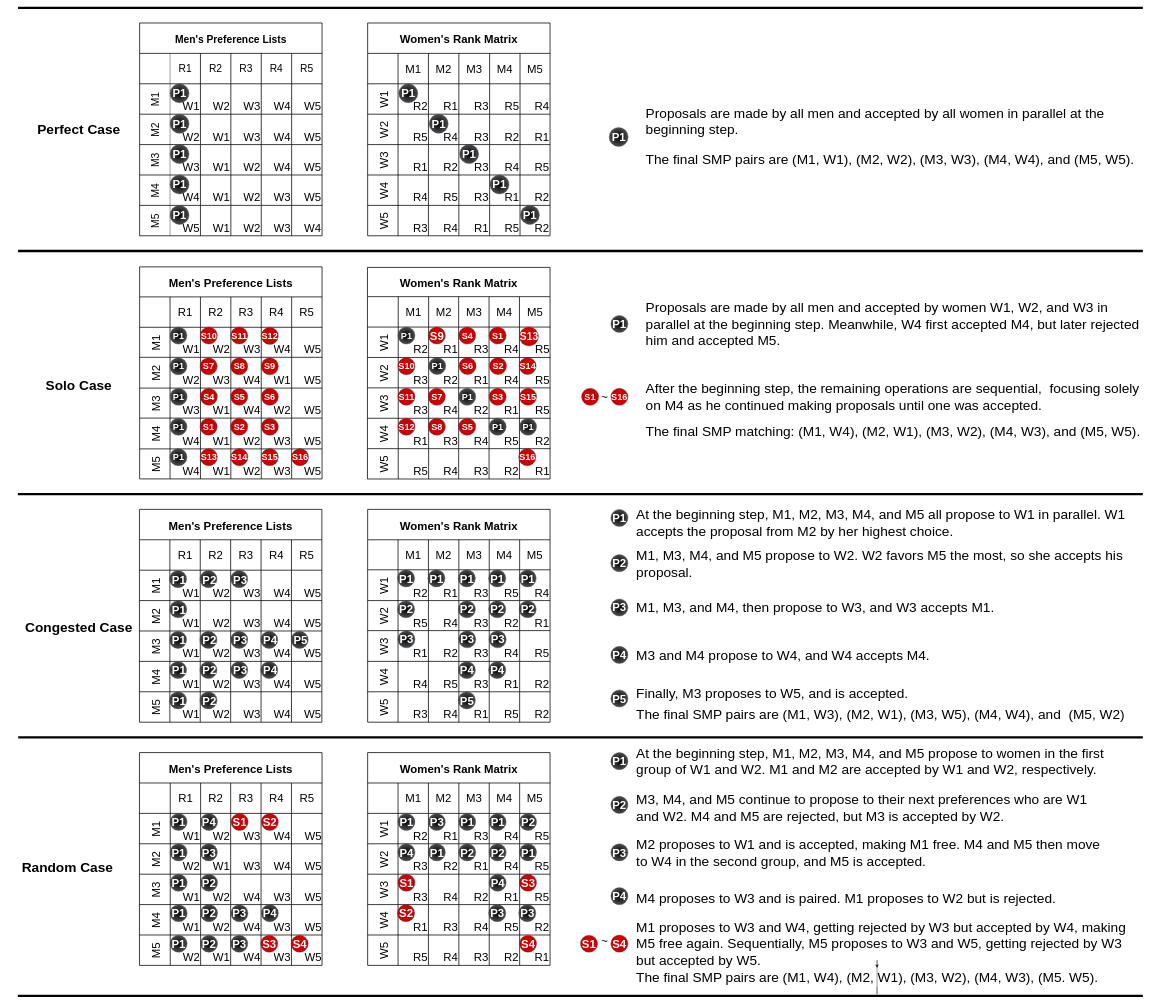
This is SMPWorkloads.drawio from victorliu-sq/BambooSMP-Figures, a draw.io file, before an edit. Source tidied: cells renumbered, new cells numbered last; positions are measured from the earlier drawing's top-left corner, leaving out a move shared by most shapes. Both pictures are drawn from the tidied source at 38%, with x=0, y=0 at pixel (6, 8).
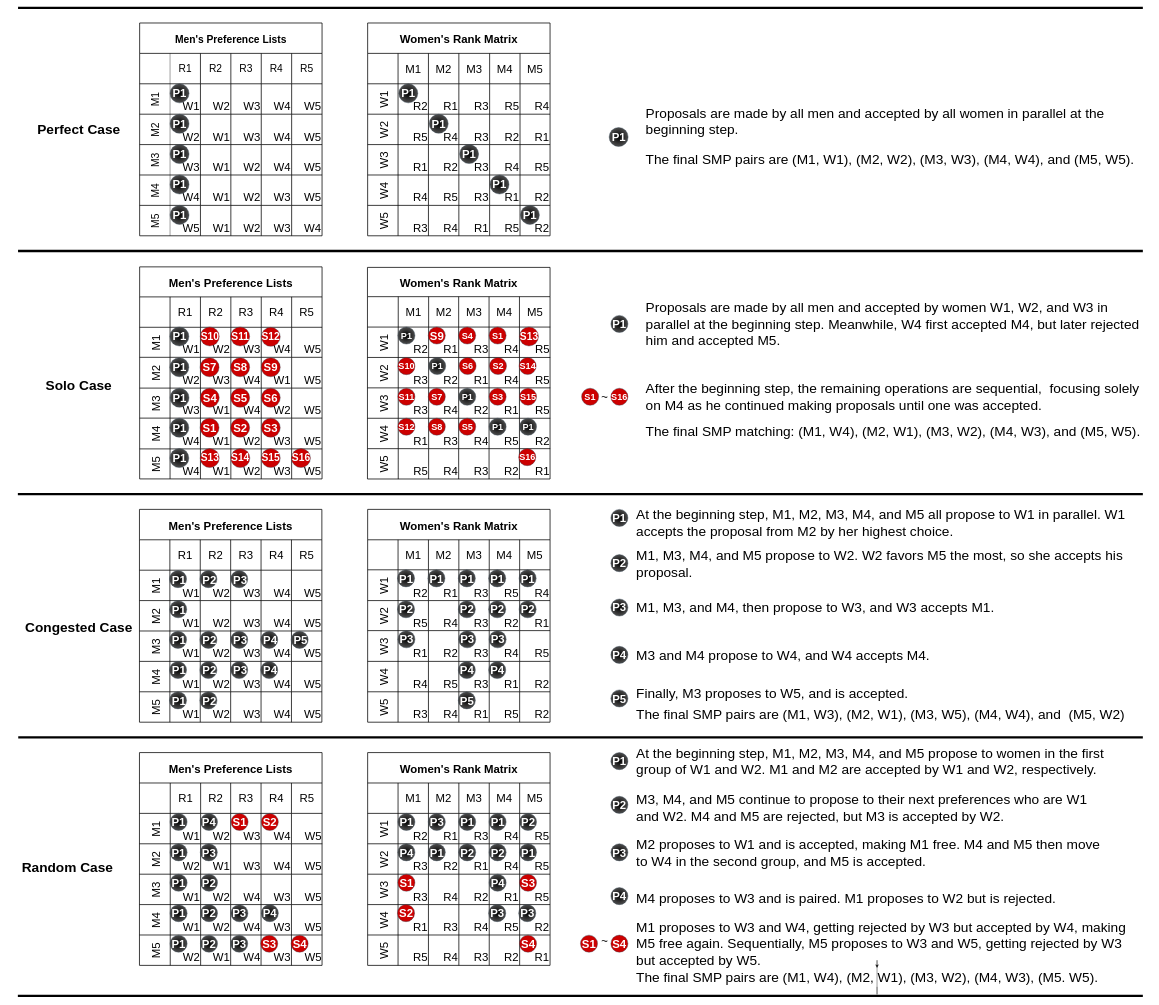
The same page after the edit.

What changed in the source:
```diff
@@
-    <mxCell id="133" value="P1" style="ellipse;whiteSpace=wrap;html=1;strokeColor=#314354;align=center;verticalAlign=middle;fontFamily=Helvetica;fontSize=24;fillColor=#000000;fontColor=#ffffff;fontStyle=1;gradientColor=#4D4D4D;gradientDirection=radial;" parent="1" vertex="1">
-      <mxGeometry x="429.5" y="840" width="45" height="45" as="geometry" />
+    <mxCell id="133" value="P1" style="ellipse;whiteSpace=wrap;html=1;strokeColor=#314354;align=center;verticalAlign=middle;fontFamily=Helvetica;fontSize=30;fillColor=#000000;fontColor=#ffffff;fontStyle=1;gradientColor=#4D4D4D;gradientDirection=radial;" parent="1" vertex="1">
+      <mxGeometry x="429.5" y="840" width="50" height="50" as="geometry" />
     </mxCell>
-    <mxCell id="134" value="P1" style="ellipse;whiteSpace=wrap;html=1;strokeColor=#314354;align=center;verticalAlign=middle;fontFamily=Helvetica;fontSize=24;fillColor=#000000;fontColor=#ffffff;fontStyle=1;gradientColor=#4D4D4D;gradientDirection=radial;" parent="1" vertex="1">
-      <mxGeometry x="429.5" y="921" width="45" height="45" as="geometry" />
+    <mxCell id="134" value="P1" style="ellipse;whiteSpace=wrap;html=1;strokeColor=#314354;align=center;verticalAlign=middle;fontFamily=Helvetica;fontSize=30;fillColor=#000000;fontColor=#ffffff;fontStyle=1;gradientColor=#4D4D4D;gradientDirection=radial;" parent="1" vertex="1">
+      <mxGeometry x="429.5" y="921" width="50" height="50" as="geometry" />
     </mxCell>
-    <mxCell id="135" value="P1" style="ellipse;whiteSpace=wrap;html=1;strokeColor=#314354;align=center;verticalAlign=middle;fontFamily=Helvetica;fontSize=24;fillColor=#000000;fontColor=#ffffff;fontStyle=1;gradientColor=#4D4D4D;gradientDirection=radial;" parent="1" vertex="1">
-      <mxGeometry x="430" y="1001.2" width="45" height="45" as="geometry" />
+    <mxCell id="135" value="P1" style="ellipse;whiteSpace=wrap;html=1;strokeColor=#314354;align=center;verticalAlign=middle;fontFamily=Helvetica;fontSize=30;fillColor=#000000;fontColor=#ffffff;fontStyle=1;gradientColor=#4D4D4D;gradientDirection=radial;" parent="1" vertex="1">
+      <mxGeometry x="430" y="1001.2" width="50" height="50" as="geometry" />
     </mxCell>
-    <mxCell id="136" value="P1" style="ellipse;whiteSpace=wrap;html=1;strokeColor=#314354;align=center;verticalAlign=middle;fontFamily=Helvetica;fontSize=24;fillColor=#000000;fontColor=#ffffff;fontStyle=1;gradientColor=#4D4D4D;gradientDirection=radial;" parent="1" vertex="1">
-      <mxGeometry x="429.5" y="1080" width="45" height="45" as="geometry" />
+    <mxCell id="136" value="P1" style="ellipse;whiteSpace=wrap;html=1;strokeColor=#314354;align=center;verticalAlign=middle;fontFamily=Helvetica;fontSize=30;fillColor=#000000;fontColor=#ffffff;fontStyle=1;gradientColor=#4D4D4D;gradientDirection=radial;" parent="1" vertex="1">
+      <mxGeometry x="429.5" y="1080" width="50" height="50" as="geometry" />
     </mxCell>
-    <mxCell id="137" value="P1" style="ellipse;whiteSpace=wrap;html=1;strokeColor=#314354;align=center;verticalAlign=middle;fontFamily=Helvetica;fontSize=24;fillColor=#000000;fontColor=#ffffff;fontStyle=1;gradientColor=#4D4D4D;gradientDirection=radial;" parent="1" vertex="1">
-      <mxGeometry x="429.5" y="1160" width="45" height="45" as="geometry" />
+    <mxCell id="137" value="P1" style="ellipse;whiteSpace=wrap;html=1;strokeColor=#314354;align=center;verticalAlign=middle;fontFamily=Helvetica;fontSize=30;fillColor=#000000;fontColor=#ffffff;fontStyle=1;gradientColor=#4D4D4D;gradientDirection=radial;" parent="1" vertex="1">
+      <mxGeometry x="429.5" y="1160" width="50" height="50" as="geometry" />
     </mxCell>
-    <mxCell id="138" value="S10" style="ellipse;whiteSpace=wrap;html=1;strokeColor=#314354;align=center;verticalAlign=middle;fontFamily=Helvetica;fontSize=24;fillColor=#CC0000;fontColor=#ffffff;fontStyle=1;" parent="1" vertex="1">
-      <mxGeometry x="509.5" y="840" width="45" height="45" as="geometry" />
+    <mxCell id="138" value="S10" style="ellipse;whiteSpace=wrap;html=1;strokeColor=#314354;align=center;verticalAlign=middle;fontFamily=Helvetica;fontSize=27;fillColor=#CC0000;fontColor=#ffffff;fontStyle=1;" parent="1" vertex="1">
+      <mxGeometry x="509.5" y="840" width="50" height="50" as="geometry" />
     </mxCell>
-    <mxCell id="139" value="S11" style="ellipse;whiteSpace=wrap;html=1;strokeColor=#314354;align=center;verticalAlign=middle;fontFamily=Helvetica;fontSize=24;fillColor=#CC0000;fontColor=#ffffff;fontStyle=1;" parent="1" vertex="1">
-      <mxGeometry x="589.5" y="840" width="45" height="45" as="geometry" />
+    <mxCell id="139" value="S11" style="ellipse;whiteSpace=wrap;html=1;strokeColor=#314354;align=center;verticalAlign=middle;fontFamily=Helvetica;fontSize=27;fillColor=#CC0000;fontColor=#ffffff;fontStyle=1;" parent="1" vertex="1">
+      <mxGeometry x="589.5" y="840" width="50" height="50" as="geometry" />
     </mxCell>
-    <mxCell id="140" value="S12" style="ellipse;whiteSpace=wrap;html=1;strokeColor=#314354;align=center;verticalAlign=middle;fontFamily=Helvetica;fontSize=24;fillColor=#CC0000;fontColor=#ffffff;gradientColor=none;fillStyle=solid;strokeWidth=1;fontStyle=1;gradientDirection=radial;" parent="1" vertex="1">
-      <mxGeometry x="670" y="841" width="45" height="45" as="geometry" />
+    <mxCell id="140" value="S12" style="ellipse;whiteSpace=wrap;html=1;strokeColor=#314354;align=center;verticalAlign=middle;fontFamily=Helvetica;fontSize=27;fillColor=#CC0000;fontColor=#ffffff;gradientColor=none;fillStyle=solid;strokeWidth=1;fontStyle=1;gradientDirection=radial;" parent="1" vertex="1">
+      <mxGeometry x="670" y="841" width="50" height="50" as="geometry" />
     </mxCell>
-    <mxCell id="141" value="S7" style="ellipse;whiteSpace=wrap;html=1;strokeColor=#314354;align=center;verticalAlign=middle;fontFamily=Helvetica;fontSize=24;fillColor=#CC0000;fontColor=#ffffff;fontStyle=1;" parent="1" vertex="1">
-      <mxGeometry x="509" y="921" width="45" height="45" as="geometry" />
+    <mxCell id="141" value="S7" style="ellipse;whiteSpace=wrap;html=1;strokeColor=#314354;align=center;verticalAlign=middle;fontFamily=Helvetica;fontSize=30;fillColor=#CC0000;fontColor=#ffffff;fontStyle=1;" parent="1" vertex="1">
+      <mxGeometry x="509" y="921" width="50" height="50" as="geometry" />
     </mxCell>
-    <mxCell id="142" value="S8" style="ellipse;whiteSpace=wrap;html=1;strokeColor=#314354;align=center;verticalAlign=middle;fontFamily=Helvetica;fontSize=24;fillColor=#CC0000;fontColor=#ffffff;fontStyle=1;" parent="1" vertex="1">
-      <mxGeometry x="589.5" y="921" width="45" height="45" as="geometry" />
+    <mxCell id="142" value="S8" style="ellipse;whiteSpace=wrap;html=1;strokeColor=#314354;align=center;verticalAlign=middle;fontFamily=Helvetica;fontSize=30;fillColor=#CC0000;fontColor=#ffffff;fontStyle=1;" parent="1" vertex="1">
+      <mxGeometry x="589.5" y="921" width="50" height="50" as="geometry" />
     </mxCell>
-    <mxCell id="143" value="S9" style="ellipse;whiteSpace=wrap;html=1;strokeColor=#314354;align=center;verticalAlign=middle;fontFamily=Helvetica;fontSize=24;fillColor=#CC0000;fontColor=#ffffff;gradientColor=none;fillStyle=solid;strokeWidth=1;fontStyle=1;gradientDirection=radial;" parent="1" vertex="1">
-      <mxGeometry x="670" y="921" width="45" height="45" as="geometry" />
+    <mxCell id="143" value="S9" style="ellipse;whiteSpace=wrap;html=1;strokeColor=#314354;align=center;verticalAlign=middle;fontFamily=Helvetica;fontSize=30;fillColor=#CC0000;fontColor=#ffffff;gradientColor=none;fillStyle=solid;strokeWidth=1;fontStyle=1;gradientDirection=radial;" parent="1" vertex="1">
+      <mxGeometry x="670" y="921" width="50" height="50" as="geometry" />
     </mxCell>
-    <mxCell id="144" value="S4" style="ellipse;whiteSpace=wrap;html=1;strokeColor=#314354;align=center;verticalAlign=middle;fontFamily=Helvetica;fontSize=24;fillColor=#CC0000;fontColor=#ffffff;fontStyle=1;" parent="1" vertex="1">
-      <mxGeometry x="509.5" y="1001.2" width="45" height="45" as="geometry" />
+    <mxCell id="144" value="S4" style="ellipse;whiteSpace=wrap;html=1;strokeColor=#314354;align=center;verticalAlign=middle;fontFamily=Helvetica;fontSize=30;fillColor=#CC0000;fontColor=#ffffff;fontStyle=1;" parent="1" vertex="1">
+      <mxGeometry x="509.5" y="1001.2" width="50" height="50" as="geometry" />
     </mxCell>
-    <mxCell id="145" value="S5" style="ellipse;whiteSpace=wrap;html=1;strokeColor=#314354;align=center;verticalAlign=middle;fontFamily=Helvetica;fontSize=24;fillColor=#CC0000;fontColor=#ffffff;fontStyle=1;" parent="1" vertex="1">
-      <mxGeometry x="589.5" y="1001.2" width="45" height="45" as="geometry" />
+    <mxCell id="145" value="S5" style="ellipse;whiteSpace=wrap;html=1;strokeColor=#314354;align=center;verticalAlign=middle;fontFamily=Helvetica;fontSize=30;fillColor=#CC0000;fontColor=#ffffff;fontStyle=1;" parent="1" vertex="1">
+      <mxGeometry x="589.5" y="1001.2" width="50" height="50" as="geometry" />
     </mxCell>
-    <mxCell id="146" value="S6" style="ellipse;whiteSpace=wrap;html=1;strokeColor=#314354;align=center;verticalAlign=middle;fontFamily=Helvetica;fontSize=24;fillColor=#CC0000;fontColor=#ffffff;gradientColor=none;fillStyle=solid;strokeWidth=1;fontStyle=1;gradientDirection=radial;" parent="1" vertex="1">
-      <mxGeometry x="670" y="1001.2" width="45" height="45" as="geometry" />
+    <mxCell id="146" value="S6" style="ellipse;whiteSpace=wrap;html=1;strokeColor=#314354;align=center;verticalAlign=middle;fontFamily=Helvetica;fontSize=30;fillColor=#CC0000;fontColor=#ffffff;gradientColor=none;fillStyle=solid;strokeWidth=1;fontStyle=1;gradientDirection=radial;" parent="1" vertex="1">
+      <mxGeometry x="670" y="1001.2" width="50" height="50" as="geometry" />
     </mxCell>
-    <mxCell id="147" value="S1" style="ellipse;whiteSpace=wrap;html=1;strokeColor=#314354;align=center;verticalAlign=middle;fontFamily=Helvetica;fontSize=24;fillColor=#CC0000;fontColor=#ffffff;fontStyle=1;" parent="1" vertex="1">
-      <mxGeometry x="509" y="1080" width="45" height="45" as="geometry" />
+    <mxCell id="147" value="S1" style="ellipse;whiteSpace=wrap;html=1;strokeColor=#314354;align=center;verticalAlign=middle;fontFamily=Helvetica;fontSize=30;fillColor=#CC0000;fontColor=#ffffff;fontStyle=1;" parent="1" vertex="1">
+      <mxGeometry x="509" y="1080" width="50" height="50" as="geometry" />
     </mxCell>
-    <mxCell id="148" value="S2" style="ellipse;whiteSpace=wrap;html=1;strokeColor=#314354;align=center;verticalAlign=middle;fontFamily=Helvetica;fontSize=24;fillColor=#CC0000;fontColor=#ffffff;fontStyle=1;" parent="1" vertex="1">
-      <mxGeometry x="589.5" y="1080" width="45" height="45" as="geometry" />
+    <mxCell id="148" value="S2" style="ellipse;whiteSpace=wrap;html=1;strokeColor=#314354;align=center;verticalAlign=middle;fontFamily=Helvetica;fontSize=30;fillColor=#CC0000;fontColor=#ffffff;fontStyle=1;" parent="1" vertex="1">
+      <mxGeometry x="589.5" y="1080" width="50" height="50" as="geometry" />
     </mxCell>
-    <mxCell id="149" value="S3" style="ellipse;whiteSpace=wrap;html=1;strokeColor=#314354;align=center;verticalAlign=middle;fontFamily=Helvetica;fontSize=24;fillColor=#CC0000;fontColor=#ffffff;gradientColor=none;fillStyle=solid;strokeWidth=1;fontStyle=1;gradientDirection=radial;" parent="1" vertex="1">
-      <mxGeometry x="670" y="1080" width="45" height="45" as="geometry" />
+    <mxCell id="149" value="S3" style="ellipse;whiteSpace=wrap;html=1;strokeColor=#314354;align=center;verticalAlign=middle;fontFamily=Helvetica;fontSize=30;fillColor=#CC0000;fontColor=#ffffff;gradientColor=none;fillStyle=solid;strokeWidth=1;fontStyle=1;gradientDirection=radial;" parent="1" vertex="1">
+      <mxGeometry x="670" y="1080" width="50" height="50" as="geometry" />
     </mxCell>
-    <mxCell id="150" value="S13" style="ellipse;whiteSpace=wrap;html=1;strokeColor=#314354;align=center;verticalAlign=middle;fontFamily=Helvetica;fontSize=24;fillColor=#CC0000;fontColor=#ffffff;fontStyle=1;" parent="1" vertex="1">
-      <mxGeometry x="509.5" y="1160" width="45" height="45" as="geometry" />
+    <mxCell id="150" value="S13" style="ellipse;whiteSpace=wrap;html=1;strokeColor=#314354;align=center;verticalAlign=middle;fontFamily=Helvetica;fontSize=27;fillColor=#CC0000;fontColor=#ffffff;fontStyle=1;" parent="1" vertex="1">
+      <mxGeometry x="509.5" y="1160" width="50" height="50" as="geometry" />
     </mxCell>
-    <mxCell id="151" value="S14" style="ellipse;whiteSpace=wrap;html=1;strokeColor=#314354;align=center;verticalAlign=middle;fontFamily=Helvetica;fontSize=24;fillColor=#CC0000;fontColor=#ffffff;fontStyle=1;" parent="1" vertex="1">
-      <mxGeometry x="590" y="1160" width="45" height="45" as="geometry" />
+    <mxCell id="151" value="S14" style="ellipse;whiteSpace=wrap;html=1;strokeColor=#314354;align=center;verticalAlign=middle;fontFamily=Helvetica;fontSize=27;fillColor=#CC0000;fontColor=#ffffff;fontStyle=1;" parent="1" vertex="1">
+      <mxGeometry x="590" y="1160" width="50" height="50" as="geometry" />
     </mxCell>
-    <mxCell id="152" value="S15" style="ellipse;whiteSpace=wrap;html=1;strokeColor=#314354;align=center;verticalAlign=middle;fontFamily=Helvetica;fontSize=24;fillColor=#CC0000;fontColor=#ffffff;fontStyle=1;" parent="1" vertex="1">
-      <mxGeometry x="670" y="1160" width="45" height="45" as="geometry" />
+    <mxCell id="152" value="S15" style="ellipse;whiteSpace=wrap;html=1;strokeColor=#314354;align=center;verticalAlign=middle;fontFamily=Helvetica;fontSize=27;fillColor=#CC0000;fontColor=#ffffff;fontStyle=1;" parent="1" vertex="1">
+      <mxGeometry x="670" y="1160" width="50" height="50" as="geometry" />
     </mxCell>
-    <mxCell id="153" value="S16" style="ellipse;whiteSpace=wrap;html=1;strokeColor=#314354;align=center;verticalAlign=middle;fontFamily=Helvetica;fontSize=24;fillColor=#CC0000;fontColor=#ffffff;gradientColor=none;fillStyle=solid;strokeWidth=1;fontStyle=1;gradientDirection=radial;" parent="1" vertex="1">
-      <mxGeometry x="749.5" y="1160" width="45" height="45" as="geometry" />
+    <mxCell id="153" value="S16" style="ellipse;whiteSpace=wrap;html=1;strokeColor=#314354;align=center;verticalAlign=middle;fontFamily=Helvetica;fontSize=27;fillColor=#CC0000;fontColor=#ffffff;gradientColor=none;fillStyle=solid;strokeWidth=1;fontStyle=1;gradientDirection=radial;" parent="1" vertex="1">
+      <mxGeometry x="749.5" y="1160" width="50" height="50" as="geometry" />
     </mxCell>
```
